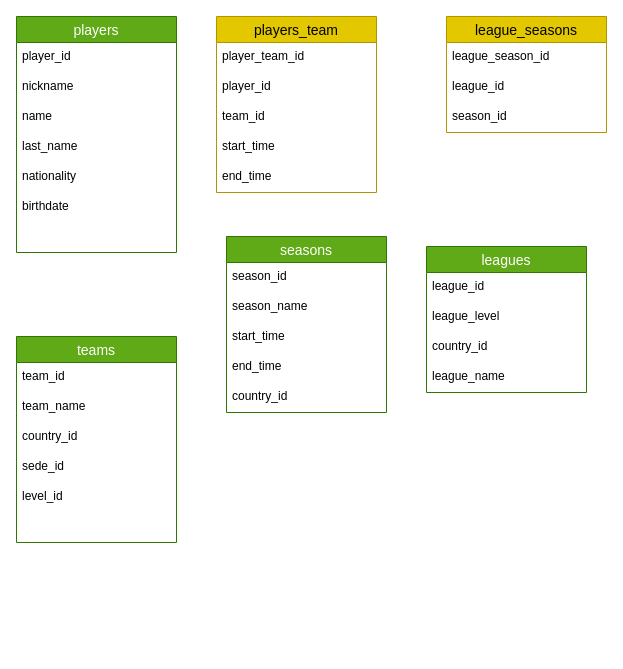
Before: soccer_model.drawio in r3card0/soccer.stats, a draw.io diagram. Source tidied: cells renumbered, new cells numbered last; positions are measured from the earlier drawing's top-left corner, leaving out a move shared by most shapes. Both pictures are drawn from the tidied source at 100%, with x=0, y=0 at pixel (16, 16).
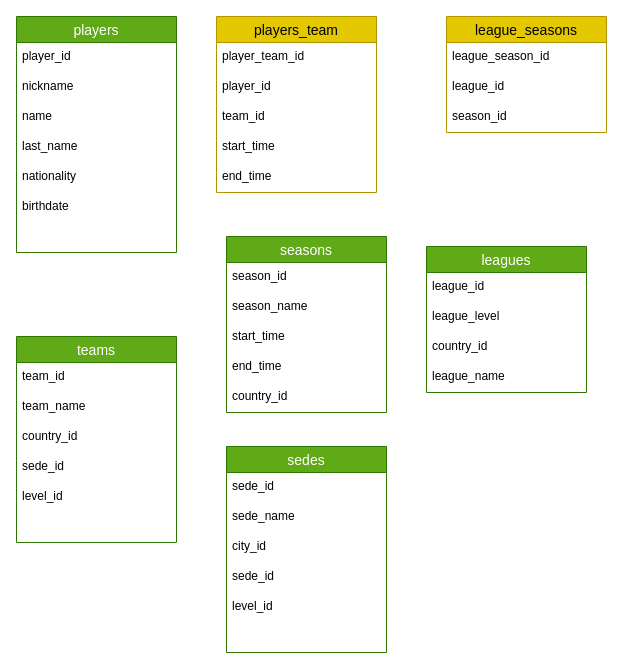
The same page after the edit.

Commit message:
added sedes model

Diff of the diagram source:
```diff
@@
+    <mxCell id="38" value="sedes" style="swimlane;fontStyle=0;horizontal=1;startSize=26;align=center;fontSize=14;fillColor=#60a917;fontColor=#ffffff;strokeColor=#2D7600;" parent="1" vertex="1">
+      <mxGeometry x="210" y="430" width="160" height="206" as="geometry" />
+    </mxCell>
+    <mxCell id="39" value="sede_id" style="text;strokeColor=none;fillColor=none;spacingLeft=4;spacingRight=4;overflow=hidden;fontSize=12;" parent="38" vertex="1">
+      <mxGeometry y="26" width="160" height="30" as="geometry" />
+    </mxCell>
+    <mxCell id="40" value="sede_name" style="text;strokeColor=none;fillColor=none;spacingLeft=4;spacingRight=4;overflow=hidden;fontSize=12;" parent="38" vertex="1">
+      <mxGeometry y="56" width="160" height="30" as="geometry" />
+    </mxCell>
+    <mxCell id="41" value="city_id" style="text;strokeColor=none;fillColor=none;spacingLeft=4;spacingRight=4;overflow=hidden;fontSize=12;" parent="38" vertex="1">
+      <mxGeometry y="86" width="160" height="30" as="geometry" />
+    </mxCell>
+    <mxCell id="42" value="sede_id" style="text;strokeColor=none;fillColor=none;spacingLeft=4;spacingRight=4;overflow=hidden;fontSize=12;" parent="38" vertex="1">
+      <mxGeometry y="116" width="160" height="30" as="geometry" />
+    </mxCell>
+    <mxCell id="43" value="level_id" style="text;strokeColor=none;fillColor=none;spacingLeft=4;spacingRight=4;overflow=hidden;fontSize=12;" parent="38" vertex="1">
+      <mxGeometry y="146" width="160" height="30" as="geometry" />
+    </mxCell>
+    <mxCell id="44" style="text;strokeColor=none;fillColor=none;spacingLeft=4;spacingRight=4;overflow=hidden;fontSize=12;" parent="38" vertex="1">
+      <mxGeometry y="176" width="160" height="30" as="geometry" />
+    </mxCell>
```
